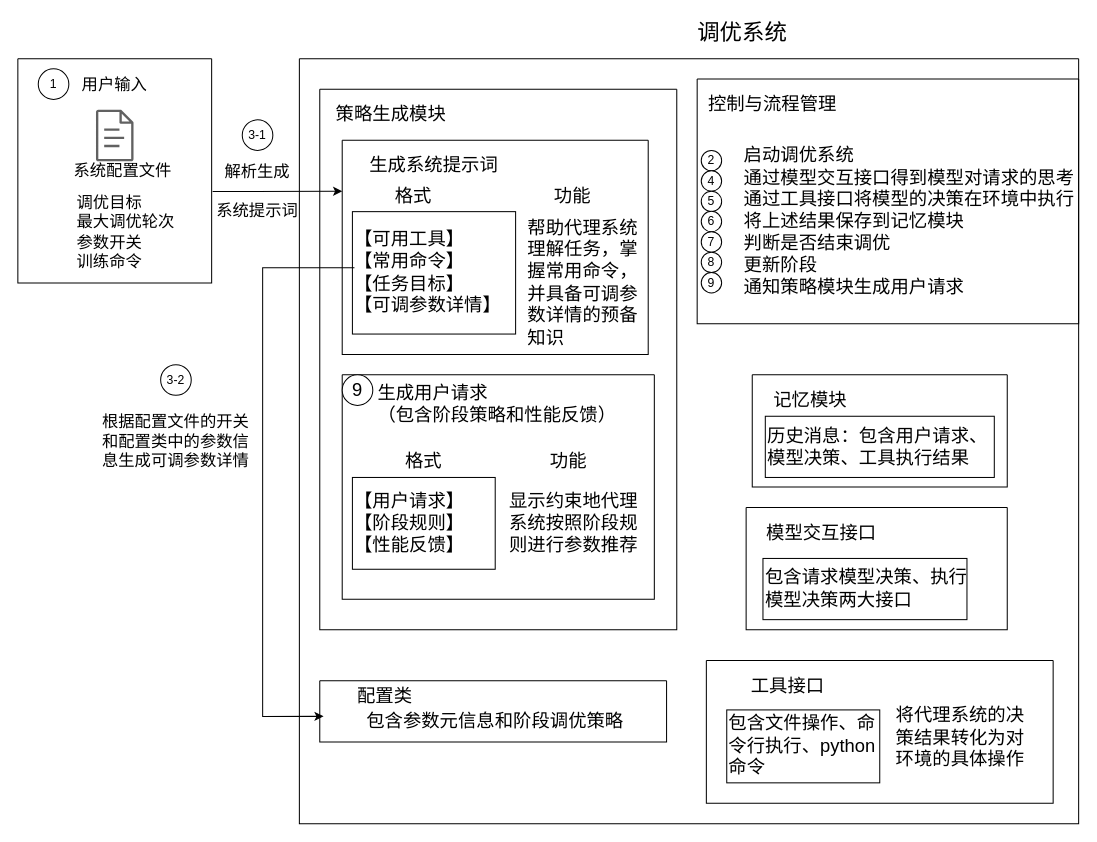
This is page "第 8 页" (8 of 14) of KernelTuneAgent.drawio from DonCoyi/_pictures, a draw.io file, before an edit. Source tidied: cells renumbered, new cells numbered last; positions are measured from the earlier drawing's top-left corner, leaving out a move shared by most shapes. Both pictures are drawn from the tidied source at 102%, with x=0, y=0 at pixel (17, 17).
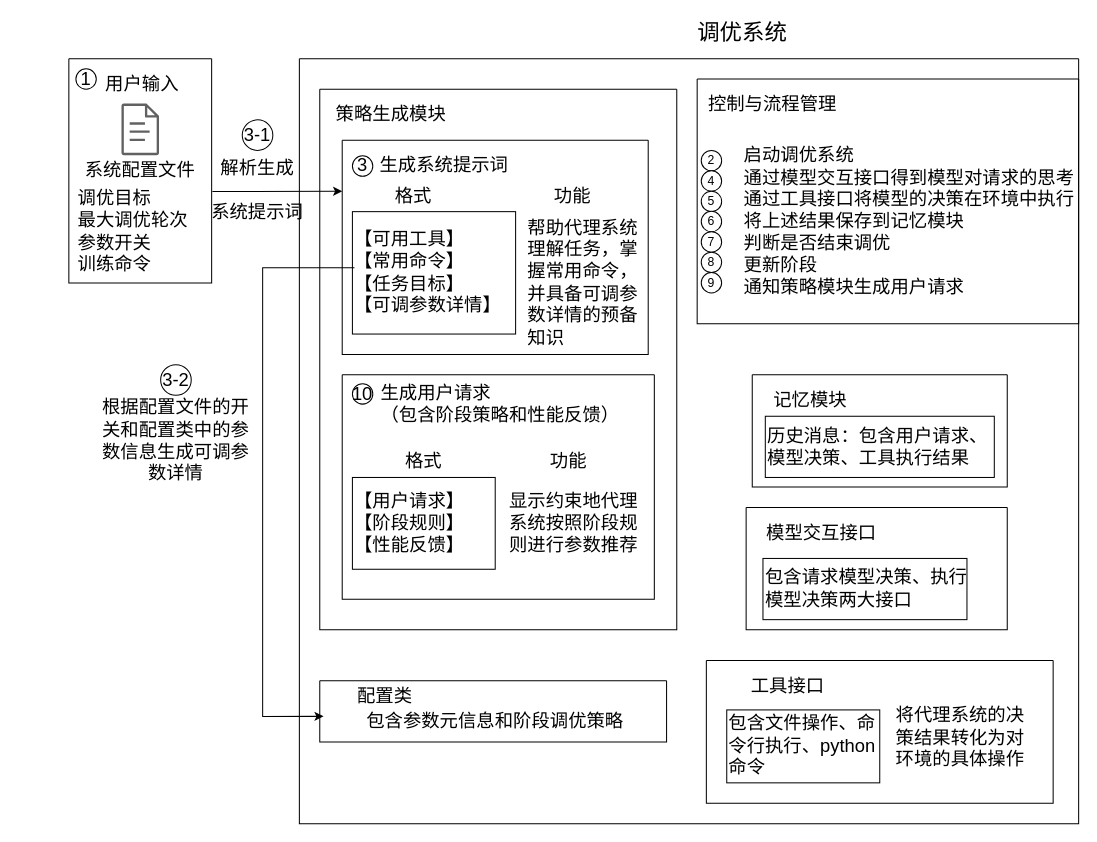
The same page after the edit.

The change refers to these unchanged cells:
```xml
<mxCell id="4" style="swimlane;startSize=0;fontSize=18;fontFamily=宋体;" parent="3" vertex="1">
  <mxGeometry x="22" y="50" width="300" height="210" as="geometry" />
</mxCell>
<mxCell id="11" style="swimlane;startSize=0;fontSize=18;fontFamily=宋体;" parent="3" vertex="1">
  <mxGeometry x="22" y="280" width="306" height="220" as="geometry" />
</mxCell>
```

The edit, as a diff of the source:
```diff
@@
     <mxCell id="6" value="&lt;font&gt;生成系统提示词&lt;/font&gt;" style="text;html=1;whiteSpace=wrap;strokeColor=none;fillColor=none;align=center;verticalAlign=middle;rounded=0;fontSize=18;fontFamily=宋体;" parent="4" vertex="1">
-      <mxGeometry x="10" y="10" width="160" height="30.6" as="geometry" />
+      <mxGeometry x="20" y="10" width="160" height="30.6" as="geometry" />
     </mxCell>
@@
+    <mxCell id="54" value="3" style="ellipse;whiteSpace=wrap;html=1;fontFamily=宋体;fontSize=18;" parent="4" vertex="1">
+      <mxGeometry x="10" y="15.3" width="20" height="20" as="geometry" />
+    </mxCell>
@@
     <mxCell id="13" value="&lt;font&gt;生成用户请求&lt;/font&gt;&lt;div&gt;&lt;font&gt;（包含阶段策略和性能反馈）&lt;/font&gt;&lt;/div&gt;" style="text;html=1;whiteSpace=wrap;strokeColor=none;fillColor=none;align=left;verticalAlign=middle;rounded=0;fontSize=18;fontFamily=宋体;" parent="11" vertex="1">
-      <mxGeometry x="33" y="8.7" width="240" height="41.3" as="geometry" />
+      <mxGeometry x="36" y="8.7" width="240" height="41.3" as="geometry" />
     </mxCell>
-    <mxCell id="14" value="9" style="ellipse;whiteSpace=wrap;html=1;fontSize=18;fontFamily=宋体;" parent="11" vertex="1">
-      <mxGeometry width="30" height="30" as="geometry" />
+    <mxCell id="14" value="10" style="ellipse;whiteSpace=wrap;html=1;fontSize=18;fontFamily=宋体;" parent="11" vertex="1">
+      <mxGeometry x="10" y="8.7" width="20" height="20" as="geometry" />
     </mxCell>
@@
-    <mxCell id="42" style="swimlane;startSize=0;" parent="1" vertex="1">
-      <mxGeometry y="40" width="190" height="220" as="geometry" />
+    <mxCell id="42" style="swimlane;startSize=0;fontFamily=宋体;fontSize=18;" parent="1" vertex="1">
+      <mxGeometry x="50" y="40" width="140" height="220" as="geometry" />
     </mxCell>
-    <mxCell id="43" style="sketch=0;fontColor=#232F3E;gradientColor=none;fillColor=#616161;strokeColor=none;dashed=0;verticalLabelPosition=bottom;verticalAlign=top;align=center;html=1;fontSize=12;fontStyle=0;shape=mxgraph.aws4.document;" parent="42" vertex="1">
-      <mxGeometry x="76.5" y="50" width="37" height="50.6" as="geometry" />
+    <mxCell id="43" style="sketch=0;fontColor=#232F3E;gradientColor=none;fillColor=#616161;strokeColor=none;dashed=0;verticalLabelPosition=bottom;verticalAlign=top;align=center;html=1;fontSize=18;fontStyle=0;shape=mxgraph.aws4.document;fontFamily=宋体;" parent="42" vertex="1">
+      <mxGeometry x="51.5" y="44" width="37" height="50.6" as="geometry" />
     </mxCell>
-    <mxCell id="44" value="&lt;font face=&quot;宋体&quot; style=&quot;font-size: 16px;&quot;&gt;系统配置文件&lt;/font&gt;" style="text;html=1;whiteSpace=wrap;strokeColor=none;fillColor=none;align=center;verticalAlign=middle;rounded=0;" parent="42" vertex="1">
-      <mxGeometry x="50" y="94.7" width="106.2" height="30.6" as="geometry" />
+    <mxCell id="44" value="&lt;font&gt;系统配置文件&lt;/font&gt;" style="text;html=1;whiteSpace=wrap;strokeColor=none;fillColor=none;align=center;verticalAlign=middle;rounded=0;fontFamily=宋体;fontSize=18;" parent="42" vertex="1">
+      <mxGeometry x="6.9" y="94.7" width="126.2" height="30.6" as="geometry" />
     </mxCell>
-    <mxCell id="45" value="&lt;font face=&quot;宋体&quot; style=&quot;font-size: 16px;&quot;&gt;调优目标&lt;/font&gt;&lt;div&gt;&lt;font face=&quot;宋体&quot; style=&quot;font-size: 16px;&quot;&gt;最大调优轮次&lt;/font&gt;&lt;/div&gt;&lt;div&gt;&lt;font face=&quot;宋体&quot; style=&quot;font-size: 16px;&quot;&gt;参数开关&lt;/font&gt;&lt;/div&gt;&lt;div&gt;&lt;font face=&quot;宋体&quot; style=&quot;font-size: 16px;&quot;&gt;训练命令&lt;/font&gt;&lt;/div&gt;" style="text;html=1;whiteSpace=wrap;strokeColor=none;fillColor=none;align=left;verticalAlign=middle;rounded=0;" parent="42" vertex="1">
-      <mxGeometry x="56.2" y="130" width="100" height="80" as="geometry" />
+    <mxCell id="45" value="&lt;font&gt;调优目标&lt;/font&gt;&lt;div&gt;&lt;font&gt;最大调优轮次&lt;/font&gt;&lt;/div&gt;&lt;div&gt;&lt;font&gt;参数开关&lt;/font&gt;&lt;/div&gt;&lt;div&gt;&lt;font&gt;训练命令&lt;/font&gt;&lt;/div&gt;" style="text;html=1;whiteSpace=wrap;strokeColor=none;fillColor=none;align=left;verticalAlign=middle;rounded=0;fontFamily=宋体;fontSize=18;" parent="42" vertex="1">
+      <mxGeometry x="6.9" y="130" width="126.2" height="80" as="geometry" />
     </mxCell>
-    <mxCell id="46" value="1" style="ellipse;whiteSpace=wrap;html=1;" parent="42" vertex="1">
-      <mxGeometry x="20" y="10" width="30" height="30" as="geometry" />
+    <mxCell id="46" value="1" style="ellipse;whiteSpace=wrap;html=1;fontFamily=宋体;fontSize=18;" parent="42" vertex="1">
+      <mxGeometry x="6.9" y="10" width="20" height="20" as="geometry" />
     </mxCell>
-    <mxCell id="47" value="&lt;font face=&quot;宋体&quot; style=&quot;font-size: 16px;&quot;&gt;用户输入&lt;/font&gt;" style="text;html=1;whiteSpace=wrap;strokeColor=none;fillColor=none;align=center;verticalAlign=middle;rounded=0;" parent="42" vertex="1">
-      <mxGeometry x="41.9" y="10" width="106.2" height="30.6" as="geometry" />
+    <mxCell id="47" value="&lt;font&gt;用户输入&lt;/font&gt;" style="text;html=1;whiteSpace=wrap;strokeColor=none;fillColor=none;align=center;verticalAlign=middle;rounded=0;fontFamily=宋体;fontSize=18;" parent="42" vertex="1">
+      <mxGeometry x="18.8" y="10" width="106.2" height="30.6" as="geometry" />
     </mxCell>
@@
-    <mxCell id="49" value="3-1" style="ellipse;whiteSpace=wrap;html=1;" parent="1" vertex="1">
+    <mxCell id="49" value="3-1" style="ellipse;whiteSpace=wrap;html=1;fontFamily=宋体;fontSize=18;" parent="1" vertex="1">
       <mxGeometry x="220" y="100" width="30" height="30" as="geometry" />
     </mxCell>
@@
-    <mxCell id="51" value="&lt;font face=&quot;宋体&quot; style=&quot;font-size: 16px;&quot;&gt;解析生成&lt;/font&gt;&lt;div&gt;&lt;font face=&quot;宋体&quot;&gt;&lt;span style=&quot;font-size: 16px;&quot;&gt;&lt;br&gt;&lt;/span&gt;&lt;/font&gt;&lt;div&gt;&lt;font face=&quot;宋体&quot; style=&quot;font-size: 16px;&quot;&gt;系统提示词&lt;/font&gt;&lt;/div&gt;&lt;/div&gt;" style="text;html=1;whiteSpace=wrap;strokeColor=none;fillColor=none;align=center;verticalAlign=middle;rounded=0;" parent="1" vertex="1">
-      <mxGeometry x="190" y="140" width="90" height="60" as="geometry" />
+    <mxCell id="51" value="&lt;font&gt;解析生成&lt;/font&gt;&lt;div&gt;&lt;font&gt;&lt;span&gt;&lt;br&gt;&lt;/span&gt;&lt;/font&gt;&lt;div&gt;&lt;font&gt;系统提示词&lt;/font&gt;&lt;/div&gt;&lt;/div&gt;" style="text;html=1;whiteSpace=wrap;strokeColor=none;fillColor=none;align=center;verticalAlign=middle;rounded=0;fontFamily=宋体;fontSize=18;" parent="1" vertex="1">
+      <mxGeometry x="185" y="140" width="100" height="60" as="geometry" />
     </mxCell>
-    <mxCell id="52" value="3-2" style="ellipse;whiteSpace=wrap;html=1;" parent="1" vertex="1">
+    <mxCell id="52" value="3-2" style="ellipse;whiteSpace=wrap;html=1;fontFamily=宋体;fontSize=18;" parent="1" vertex="1">
       <mxGeometry x="140" y="340" width="30" height="30" as="geometry" />
     </mxCell>
-    <mxCell id="53" value="&lt;font face=&quot;宋体&quot; style=&quot;font-size: 16px;&quot;&gt;根据配置文件的开关和配置类中的参数信息生成可调参数详情&lt;/font&gt;" style="text;html=1;whiteSpace=wrap;strokeColor=none;fillColor=none;align=center;verticalAlign=middle;rounded=0;" parent="1" vertex="1">
+    <mxCell id="53" value="&lt;font&gt;根据配置文件的开关和配置类中的参数信息生成可调参数详情&lt;/font&gt;" style="text;html=1;whiteSpace=wrap;strokeColor=none;fillColor=none;align=center;verticalAlign=middle;rounded=0;fontFamily=宋体;fontSize=18;" parent="1" vertex="1">
       <mxGeometry x="80" y="380" width="150" height="70" as="geometry" />
     </mxCell>
```
